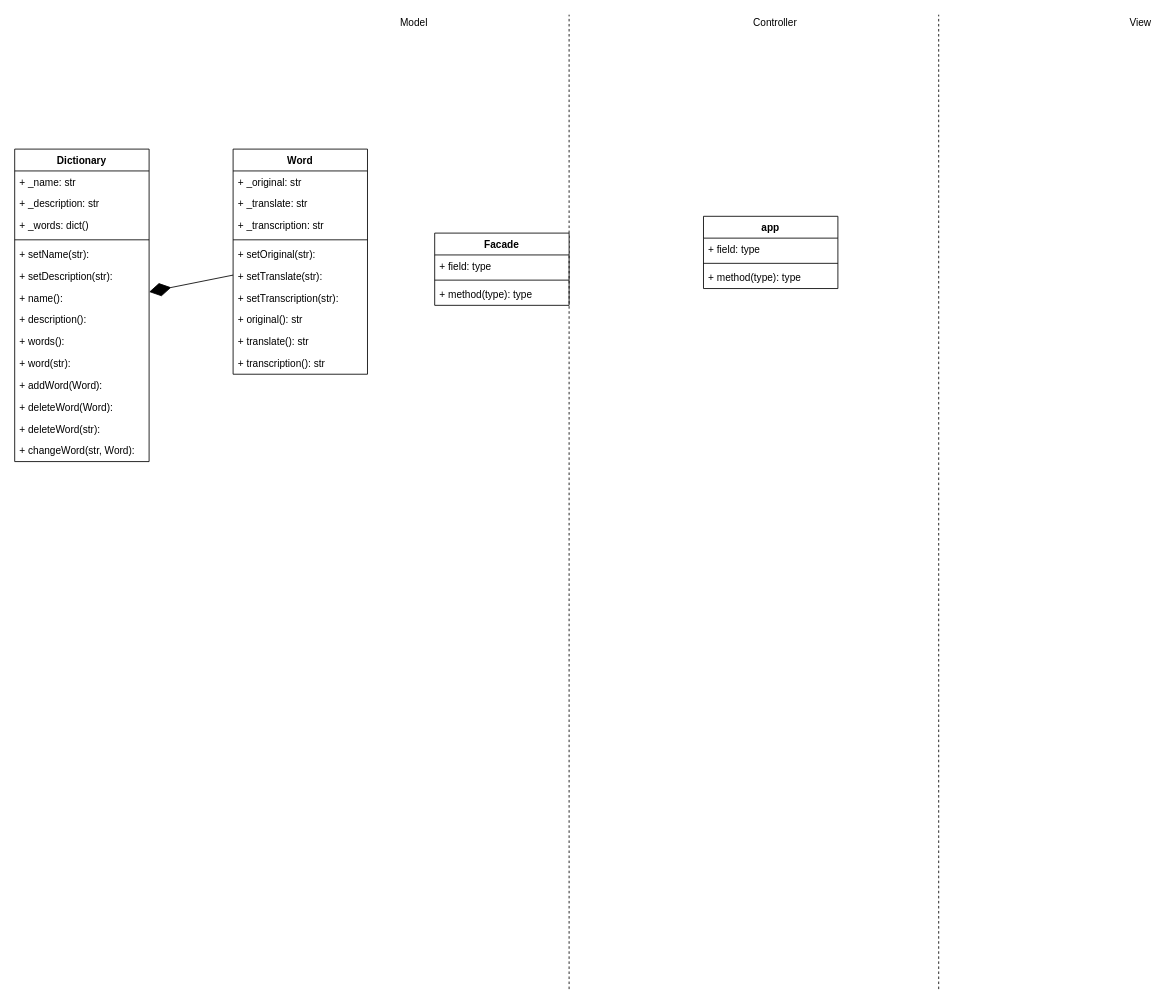
Before: page "classes" (5 of 5) of schemes/scheme.drawio in vikk777/Smart-Dictionary, a draw.io diagram. Source tidied: cells renumbered, new cells numbered last; positions are measured from the earlier drawing's top-left corner, leaving out a move shared by most shapes. Both pictures are drawn from the tidied source at 84%, with x=0, y=0 at pixel (14, 14).
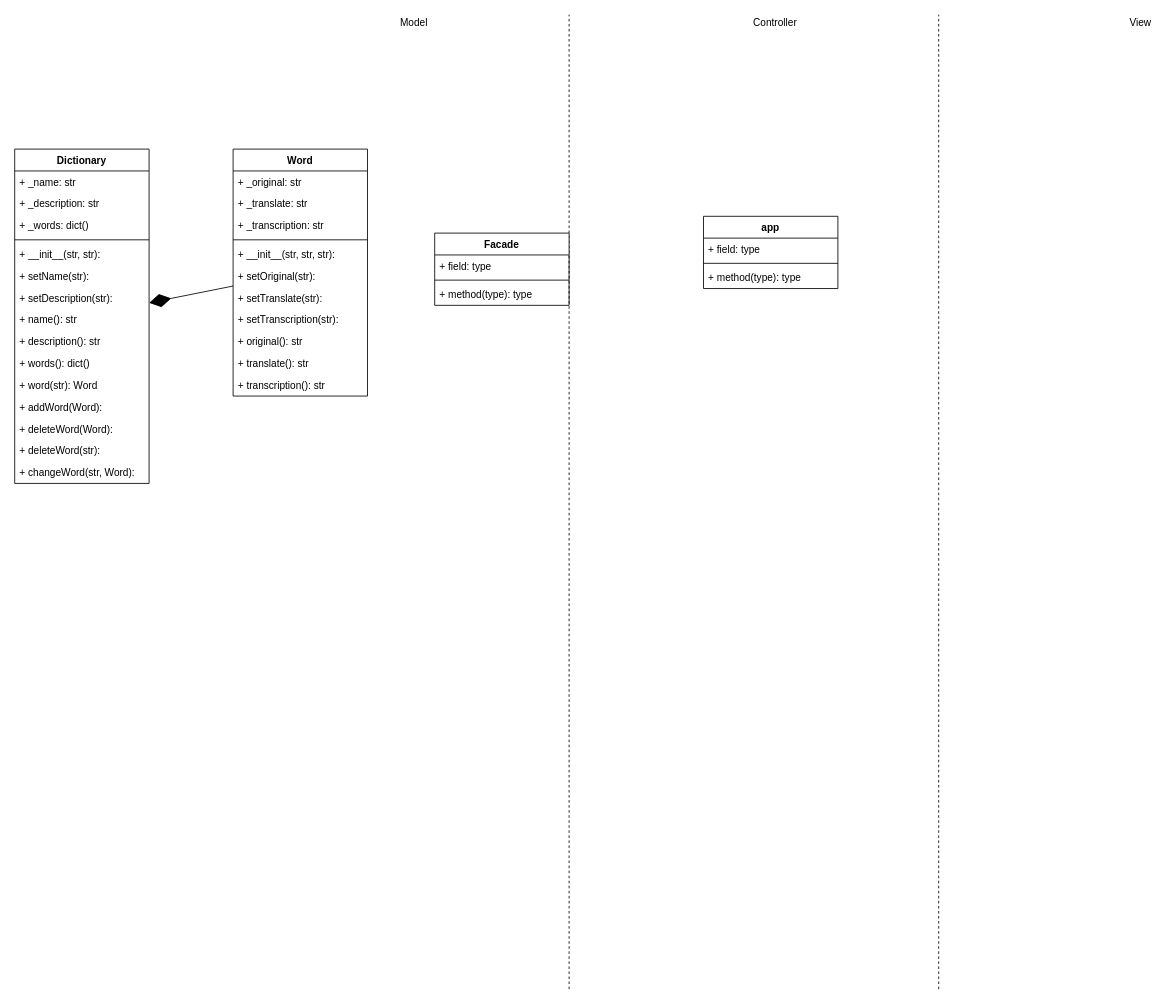
Above is the later version.

Commit message (it also covers changes not shown here):
fix word and dictionary

Diff of the diagram source:
```diff
@@
     <mxCell id="15" value="Word" style="swimlane;fontStyle=1;align=center;verticalAlign=top;horizontal=1;startSize=26;" parent="1" vertex="1">
-      <mxGeometry x="260" y="160" width="160" height="268" as="geometry" />
+      <mxGeometry x="260" y="160" width="160" height="294" as="geometry" />
     </mxCell>
@@
+    <mxCell id="42" value="+ __init__(str, str, str):" style="text;strokeColor=none;fillColor=none;align=left;verticalAlign=top;spacingLeft=4;spacingRight=4;overflow=hidden;" parent="15" vertex="1">
+      <mxGeometry y="112" width="160" height="26" as="geometry" />
+    </mxCell>
     <mxCell id="20" value="+ setOriginal(str):" style="text;strokeColor=none;fillColor=none;align=left;verticalAlign=top;spacingLeft=4;spacingRight=4;overflow=hidden;" parent="15" vertex="1">
-      <mxGeometry y="112" width="160" height="26" as="geometry" />
+      <mxGeometry y="138" width="160" height="26" as="geometry" />
     </mxCell>
     <mxCell id="21" value="+ setTranslate(str):" style="text;strokeColor=none;fillColor=none;align=left;verticalAlign=top;spacingLeft=4;spacingRight=4;overflow=hidden;" parent="15" vertex="1">
-      <mxGeometry y="138" width="160" height="26" as="geometry" />
+      <mxGeometry y="164" width="160" height="26" as="geometry" />
     </mxCell>
     <mxCell id="22" value="+ setTranscription(str):" style="text;strokeColor=none;fillColor=none;align=left;verticalAlign=top;spacingLeft=4;spacingRight=4;overflow=hidden;" parent="15" vertex="1">
-      <mxGeometry y="164" width="160" height="26" as="geometry" />
+      <mxGeometry y="190" width="160" height="26" as="geometry" />
     </mxCell>
     <mxCell id="23" value="+ original(): str" style="text;strokeColor=none;fillColor=none;align=left;verticalAlign=top;spacingLeft=4;spacingRight=4;overflow=hidden;" parent="15" vertex="1">
-      <mxGeometry y="190" width="160" height="26" as="geometry" />
+      <mxGeometry y="216" width="160" height="26" as="geometry" />
     </mxCell>
     <mxCell id="24" value="+ translate(): str" style="text;strokeColor=none;fillColor=none;align=left;verticalAlign=top;spacingLeft=4;spacingRight=4;overflow=hidden;" parent="15" vertex="1">
-      <mxGeometry y="216" width="160" height="26" as="geometry" />
+      <mxGeometry y="242" width="160" height="26" as="geometry" />
     </mxCell>
     <mxCell id="25" value="+ transcription(): str" style="text;strokeColor=none;fillColor=none;align=left;verticalAlign=top;spacingLeft=4;spacingRight=4;overflow=hidden;" parent="15" vertex="1">
-      <mxGeometry y="242" width="160" height="26" as="geometry" />
+      <mxGeometry y="268" width="160" height="26" as="geometry" />
     </mxCell>
     <mxCell id="26" value="Dictionary" style="swimlane;fontStyle=1;align=center;verticalAlign=top;horizontal=1;startSize=26;" parent="1" vertex="1">
-      <mxGeometry y="160" width="160" height="372" as="geometry" />
+      <mxGeometry y="160" width="160" height="398" as="geometry" />
     </mxCell>
@@
+    <mxCell id="43" value="+ __init__(str, str):" style="text;strokeColor=none;fillColor=none;align=left;verticalAlign=top;spacingLeft=4;spacingRight=4;overflow=hidden;" parent="26" vertex="1">
+      <mxGeometry y="112" width="160" height="26" as="geometry" />
+    </mxCell>
     <mxCell id="31" value="+ setName(str):" style="text;strokeColor=none;fillColor=none;align=left;verticalAlign=top;spacingLeft=4;spacingRight=4;overflow=hidden;" parent="26" vertex="1">
-      <mxGeometry y="112" width="160" height="26" as="geometry" />
+      <mxGeometry y="138" width="160" height="26" as="geometry" />
     </mxCell>
     <mxCell id="32" value="+ setDescription(str):" style="text;strokeColor=none;fillColor=none;align=left;verticalAlign=top;spacingLeft=4;spacingRight=4;overflow=hidden;" parent="26" vertex="1">
-      <mxGeometry y="138" width="160" height="26" as="geometry" />
+      <mxGeometry y="164" width="160" height="26" as="geometry" />
     </mxCell>
-    <mxCell id="33" value="+ name():" style="text;strokeColor=none;fillColor=none;align=left;verticalAlign=top;spacingLeft=4;spacingRight=4;overflow=hidden;" parent="26" vertex="1">
-      <mxGeometry y="164" width="160" height="26" as="geometry" />
+    <mxCell id="33" value="+ name(): str" style="text;strokeColor=none;fillColor=none;align=left;verticalAlign=top;spacingLeft=4;spacingRight=4;overflow=hidden;" parent="26" vertex="1">
+      <mxGeometry y="190" width="160" height="26" as="geometry" />
     </mxCell>
-    <mxCell id="34" value="+ description():" style="text;strokeColor=none;fillColor=none;align=left;verticalAlign=top;spacingLeft=4;spacingRight=4;overflow=hidden;" parent="26" vertex="1">
-      <mxGeometry y="190" width="160" height="26" as="geometry" />
+    <mxCell id="34" value="+ description(): str" style="text;strokeColor=none;fillColor=none;align=left;verticalAlign=top;spacingLeft=4;spacingRight=4;overflow=hidden;" parent="26" vertex="1">
+      <mxGeometry y="216" width="160" height="26" as="geometry" />
     </mxCell>
-    <mxCell id="35" value="+ words():" style="text;strokeColor=none;fillColor=none;align=left;verticalAlign=top;spacingLeft=4;spacingRight=4;overflow=hidden;" parent="26" vertex="1">
-      <mxGeometry y="216" width="160" height="26" as="geometry" />
+    <mxCell id="35" value="+ words(): dict()" style="text;strokeColor=none;fillColor=none;align=left;verticalAlign=top;spacingLeft=4;spacingRight=4;overflow=hidden;" parent="26" vertex="1">
+      <mxGeometry y="242" width="160" height="26" as="geometry" />
     </mxCell>
-    <mxCell id="36" value="+ word(str):" style="text;strokeColor=none;fillColor=none;align=left;verticalAlign=top;spacingLeft=4;spacingRight=4;overflow=hidden;" parent="26" vertex="1">
-      <mxGeometry y="242" width="160" height="26" as="geometry" />
+    <mxCell id="36" value="+ word(str): Word" style="text;strokeColor=none;fillColor=none;align=left;verticalAlign=top;spacingLeft=4;spacingRight=4;overflow=hidden;" parent="26" vertex="1">
+      <mxGeometry y="268" width="160" height="26" as="geometry" />
     </mxCell>
     <mxCell id="37" value="+ addWord(Word):" style="text;strokeColor=none;fillColor=none;align=left;verticalAlign=top;spacingLeft=4;spacingRight=4;overflow=hidden;" parent="26" vertex="1">
-      <mxGeometry y="268" width="160" height="26" as="geometry" />
+      <mxGeometry y="294" width="160" height="26" as="geometry" />
     </mxCell>
     <mxCell id="38" value="+ deleteWord(Word):" style="text;strokeColor=none;fillColor=none;align=left;verticalAlign=top;spacingLeft=4;spacingRight=4;overflow=hidden;" parent="26" vertex="1">
-      <mxGeometry y="294" width="160" height="26" as="geometry" />
+      <mxGeometry y="320" width="160" height="26" as="geometry" />
     </mxCell>
     <mxCell id="39" value="+ deleteWord(str):" style="text;strokeColor=none;fillColor=none;align=left;verticalAlign=top;spacingLeft=4;spacingRight=4;overflow=hidden;" parent="26" vertex="1">
-      <mxGeometry y="320" width="160" height="26" as="geometry" />
+      <mxGeometry y="346" width="160" height="26" as="geometry" />
     </mxCell>
     <mxCell id="40" value="+ changeWord(str, Word):" style="text;strokeColor=none;fillColor=none;align=left;verticalAlign=top;spacingLeft=4;spacingRight=4;overflow=hidden;" parent="26" vertex="1">
-      <mxGeometry y="346" width="160" height="26" as="geometry" />
+      <mxGeometry y="372" width="160" height="26" as="geometry" />
     </mxCell>
```
